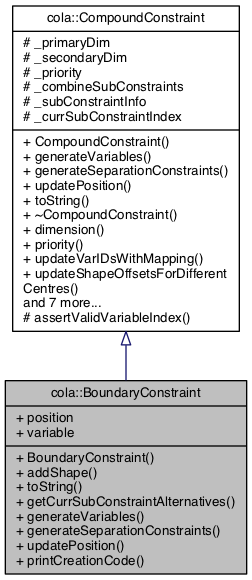
The Graphviz diagram documentation/classcola_1_1BoundaryConstraint__inherit__graph.png in mjwybrow/adaptagrams, before a commit. Its source is kept beside it as documentation/classcola_1_1BoundaryConstraint__inherit__graph.dot.
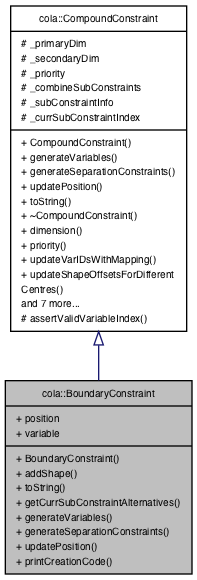
The same file after the commit.

Change to the diagram source:
```diff
@@ -2,7 +2,7 @@
 {
   edge [fontname="Helvetica",fontsize="10",labelfontname="Helvetica",labelfontsize="10"];
   node [fontname="Helvetica",fontsize="10",shape=record];
-  Node1 [label="{cola::BoundaryConstraint\n|+ position\l+ variable\l|+ BoundaryConstraint()\l+ addShape()\l+ toString()\l+ getCurrSubConstraintAlternatives()\l+ generateVariables()\l+ generateSeparationConstraints()\l+ updatePosition()\l+ printCreationCode()\l}",height=0.2,width=0.4,color="black", fillcolor="grey75", style="filled", fontcolor="black"];
-  Node2 -> Node1 [dir="back",color="midnightblue",fontsize="10",style="solid",arrowtail="onormal",fontname="Helvetica"];
-  Node2 [label="{cola::CompoundConstraint\n|# _primaryDim\l# _secondaryDim\l# _priority\l# _combineSubConstraints\l# _subConstraintInfo\l# _currSubConstraintIndex\l|+ CompoundConstraint()\l+ generateVariables()\l+ generateSeparationConstraints()\l+ updatePosition()\l+ toString()\l+ ~CompoundConstraint()\l+ dimension()\l+ priority()\l+ updateVarIDsWithMapping()\l+ updateShapeOffsetsForDifferent\lCentres()\land 7 more...\l# assertValidVariableIndex()\l}",height=0.2,width=0.4,color="black", fillcolor="white", style="filled",URL="$classcola_1_1CompoundConstraint.html",tooltip="An abstract base class for all high-level compound constraints. "];
+  Node0 [label="{cola::BoundaryConstraint\n|+ position\l+ variable\l|+ BoundaryConstraint()\l+ addShape()\l+ toString()\l+ getCurrSubConstraintAlternatives()\l+ generateVariables()\l+ generateSeparationConstraints()\l+ updatePosition()\l+ printCreationCode()\l}",height=0.2,width=0.4,color="black", fillcolor="grey75", style="filled", fontcolor="black"];
+  Node1 -> Node0 [dir="back",color="midnightblue",fontsize="10",style="solid",arrowtail="onormal",fontname="Helvetica"];
+  Node1 [label="{cola::CompoundConstraint\n|# _primaryDim\l# _secondaryDim\l# _priority\l# _combineSubConstraints\l# _subConstraintInfo\l# _currSubConstraintIndex\l|+ CompoundConstraint()\l+ generateVariables()\l+ generateSeparationConstraints()\l+ updatePosition()\l+ toString()\l+ ~CompoundConstraint()\l+ dimension()\l+ priority()\l+ updateVarIDsWithMapping()\l+ updateShapeOffsetsForDifferent\lCentres()\land 7 more...\l# assertValidVariableIndex()\l}",height=0.2,width=0.4,color="black", fillcolor="white", style="filled",URL="$classcola_1_1CompoundConstraint.html",tooltip="An abstract base class for all high-level compound constraints. "];
 }
```
